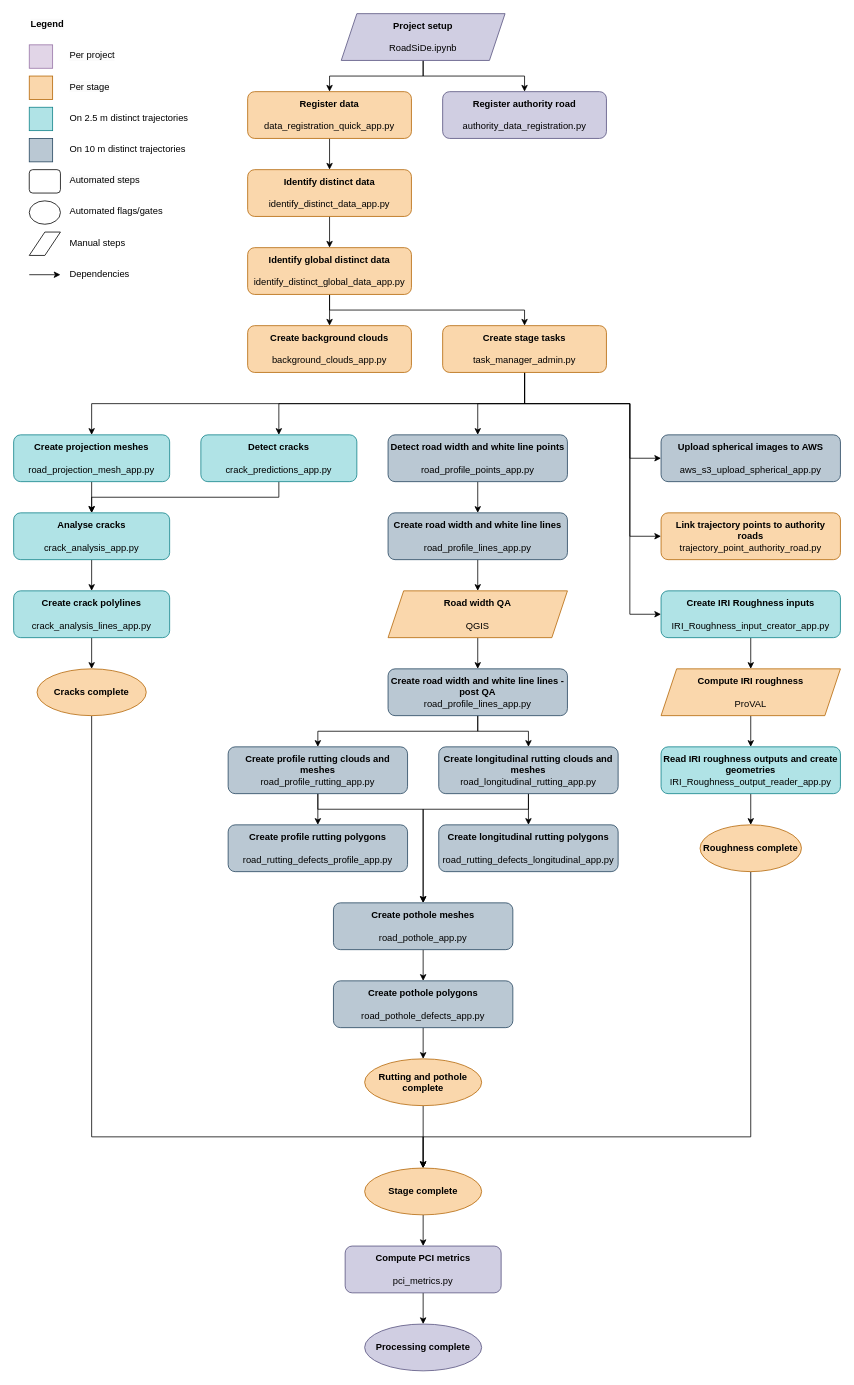
Earlier version of the draw.io diagram RoadSiDe.drawio (marko-veris/draw.io). Source tidied: cells renumbered, new cells numbered last; positions are measured from the earlier drawing's top-left corner, leaving out a move shared by most shapes. Both pictures are drawn from the tidied source at 78%, with x=0, y=0 at pixel (13, 13).
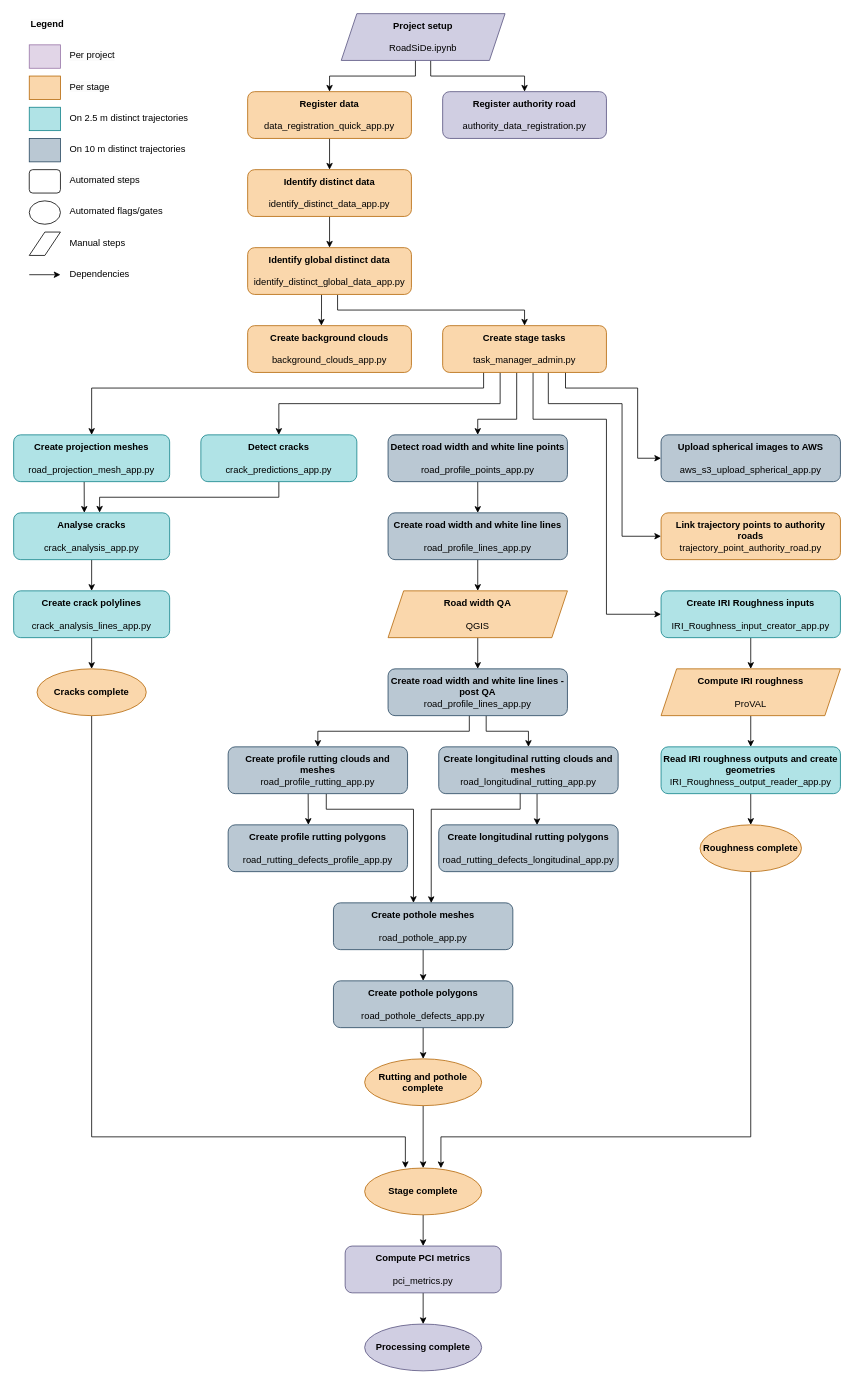
After the change.

The change refers to these unchanged cells:
```xml
<mxCell id="3" value="&lt;b&gt;Register data&lt;br&gt;&lt;/b&gt;&lt;br&gt;data_registration_quick_app.py" style="rounded=1;whiteSpace=wrap;html=1;fillColor=#fad7ac;strokeColor=#b46504;" parent="1" vertex="1">
  <mxGeometry x="300" y="100" width="210" height="60" as="geometry" />
</mxCell>
<mxCell id="4" value="&lt;b&gt;Create background clouds&lt;br&gt;&lt;/b&gt;&lt;br&gt;background_clouds_app.py" style="rounded=1;whiteSpace=wrap;html=1;fillColor=#fad7ac;strokeColor=#b46504;" parent="1" vertex="1">
  <mxGeometry x="300" y="400" width="210" height="60" as="geometry" />
</mxCell>
<mxCell id="6" value="&lt;b&gt;Detect road width and white line points&lt;br&gt;&lt;/b&gt;&lt;br&gt;road_profile_points_app.py" style="rounded=1;whiteSpace=wrap;html=1;fillColor=#bac8d3;strokeColor=#23445d;" parent="1" vertex="1">
  <mxGeometry x="480" y="540" width="230" height="60" as="geometry" />
</mxCell>
<mxCell id="8" value="&lt;b&gt;Create projection meshes&lt;br&gt;&lt;/b&gt;&lt;br&gt;road_projection_mesh_app.py" style="rounded=1;whiteSpace=wrap;html=1;fillColor=#b0e3e6;strokeColor=#0e8088;" parent="1" vertex="1">
  <mxGeometry y="540" width="200" height="60" as="geometry" />
</mxCell>
<mxCell id="13" value="&lt;b&gt;Register authority road&lt;br&gt;&lt;/b&gt;&lt;br&gt;authority_data_registration.py" style="rounded=1;whiteSpace=wrap;html=1;fillColor=#d0cee2;strokeColor=#56517e;" parent="1" vertex="1">
  <mxGeometry x="550" y="100" width="210" height="60" as="geometry" />
</mxCell>
<mxCell id="16" value="&lt;b&gt;Identify global distinct data&lt;br&gt;&lt;/b&gt;&lt;br&gt;identify_distinct_global_data_app.py" style="rounded=1;whiteSpace=wrap;html=1;fillColor=#fad7ac;strokeColor=#b46504;" parent="1" vertex="1">
  <mxGeometry x="300" y="300" width="210" height="60" as="geometry" />
</mxCell>
<mxCell id="23" value="&lt;b&gt;Create stage tasks&lt;br&gt;&lt;/b&gt;&lt;br&gt;task_manager_admin.py" style="rounded=1;whiteSpace=wrap;html=1;fillColor=#fad7ac;strokeColor=#b46504;" parent="1" vertex="1">
  <mxGeometry x="550" y="400" width="210" height="60" as="geometry" />
</mxCell>
<mxCell id="25" value="&lt;b&gt;Detect cracks&lt;br&gt;&lt;/b&gt;&lt;br&gt;crack_predictions_app.py" style="rounded=1;whiteSpace=wrap;html=1;fillColor=#b0e3e6;strokeColor=#0e8088;" parent="1" vertex="1">
  <mxGeometry x="240" y="540" width="200" height="60" as="geometry" />
</mxCell>
<mxCell id="27" value="&lt;b&gt;Analyse cracks&lt;br&gt;&lt;/b&gt;&lt;br&gt;crack_analysis_app.py" style="rounded=1;whiteSpace=wrap;html=1;fillColor=#b0e3e6;strokeColor=#0e8088;" parent="1" vertex="1">
  <mxGeometry y="640" width="200" height="60" as="geometry" />
</mxCell>
<mxCell id="32" value="&lt;b&gt;Create road width and white line lines - post QA&lt;/b&gt;&lt;br&gt;road_profile_lines_app.py" style="rounded=1;whiteSpace=wrap;html=1;fillColor=#bac8d3;strokeColor=#23445d;" parent="1" vertex="1">
  <mxGeometry x="480" y="840" width="230" height="60" as="geometry" />
</mxCell>
<mxCell id="35" value="&lt;b&gt;Create profile rutting clouds and meshes&lt;br&gt;&lt;/b&gt;road_profile_rutting_app.py" style="rounded=1;whiteSpace=wrap;html=1;fillColor=#bac8d3;strokeColor=#23445d;" parent="1" vertex="1">
  <mxGeometry x="275" y="940" width="230" height="60" as="geometry" />
</mxCell>
<mxCell id="38" value="&lt;b&gt;Create longitudinal rutting clouds and meshes&lt;/b&gt;&lt;b&gt;&lt;br&gt;&lt;/b&gt;road_longitudinal_rutting_app.py" style="rounded=1;whiteSpace=wrap;html=1;fillColor=#bac8d3;strokeColor=#23445d;" parent="1" vertex="1">
  <mxGeometry x="545" y="940" width="230" height="60" as="geometry" />
</mxCell>
<mxCell id="39" value="&lt;b&gt;Create profile rutting polygons&lt;br&gt;&lt;br&gt;&lt;/b&gt;road_rutting_defects_profile_app.py" style="rounded=1;whiteSpace=wrap;html=1;fillColor=#bac8d3;strokeColor=#23445d;" parent="1" vertex="1">
  <mxGeometry x="275" y="1040" width="230" height="60" as="geometry" />
</mxCell>
<mxCell id="40" value="&lt;b&gt;Create longitudinal rutting polygons&lt;br&gt;&lt;br&gt;&lt;/b&gt;road_rutting_defects_longitudinal_app.py" style="rounded=1;whiteSpace=wrap;html=1;fillColor=#bac8d3;strokeColor=#23445d;" parent="1" vertex="1">
  <mxGeometry x="545" y="1040" width="230" height="60" as="geometry" />
</mxCell>
<mxCell id="42" value="&lt;b&gt;Create pothole meshes&lt;br&gt;&lt;br&gt;&lt;/b&gt;road_pothole_app.py" style="rounded=1;whiteSpace=wrap;html=1;fillColor=#bac8d3;strokeColor=#23445d;" parent="1" vertex="1">
  <mxGeometry x="410" y="1140" width="230" height="60" as="geometry" />
</mxCell>
<mxCell id="45" value="&lt;b&gt;Upload spherical images to AWS&lt;br&gt;&lt;/b&gt;&lt;br&gt;aws_s3_upload_spherical_app.py" style="rounded=1;whiteSpace=wrap;html=1;fillColor=#bac8d3;strokeColor=#23445d;" parent="1" vertex="1">
  <mxGeometry x="830" y="540" width="230" height="60" as="geometry" />
</mxCell>
<mxCell id="47" value="&lt;b&gt;Cracks complete&lt;/b&gt;" style="ellipse;whiteSpace=wrap;html=1;fillColor=#fad7ac;strokeColor=#b46504;" parent="1" vertex="1">
  <mxGeometry x="30" y="840" width="140" height="60" as="geometry" />
</mxCell>
<mxCell id="58" value="&lt;b&gt;Link trajectory points to authority &lt;br&gt;roads&lt;/b&gt;&lt;br&gt;trajectory_point_authority_road.py" style="rounded=1;whiteSpace=wrap;html=1;fillColor=#fad7ac;strokeColor=#b46504;" parent="1" vertex="1">
  <mxGeometry x="830" y="640" width="230" height="60" as="geometry" />
</mxCell>
<mxCell id="60" value="&lt;b&gt;Create IRI Roughness inputs&lt;br&gt;&lt;br&gt;&lt;/b&gt;IRI_Roughness_input_creator_app.py" style="rounded=1;whiteSpace=wrap;html=1;fillColor=#b0e3e6;strokeColor=#0e8088;" parent="1" vertex="1">
  <mxGeometry x="830" y="740" width="230" height="60" as="geometry" />
</mxCell>
<mxCell id="70" value="&lt;b&gt;Roughness complete&lt;/b&gt;" style="ellipse;whiteSpace=wrap;html=1;fillColor=#fad7ac;strokeColor=#b46504;" parent="1" vertex="1">
  <mxGeometry x="880" y="1040" width="130" height="60" as="geometry" />
</mxCell>
<mxCell id="72" value="&lt;b&gt;Stage complete&lt;/b&gt;" style="ellipse;whiteSpace=wrap;html=1;fillColor=#fad7ac;strokeColor=#b46504;" parent="1" vertex="1">
  <mxGeometry x="450" y="1480" width="150" height="60" as="geometry" />
</mxCell>
<mxCell id="77" value="&lt;b&gt;Project setup&lt;/b&gt;&lt;br&gt;&lt;br&gt;RoadSiDe.ipynb" style="shape=parallelogram;perimeter=parallelogramPerimeter;whiteSpace=wrap;html=1;fixedSize=1;fillColor=#d0cee2;strokeColor=#56517e;" parent="1" vertex="1">
  <mxGeometry x="420" width="210" height="60" as="geometry" />
</mxCell>
```

What changed in the source:
```diff
@@
-    <mxCell id="7" style="edgeStyle=orthogonalEdgeStyle;rounded=0;jettySize=auto;html=1;exitX=0.5;exitY=1;exitDx=0;exitDy=0;entryX=0.5;entryY=0;entryDx=0;entryDy=0;" parent="1" edge="1" source="8" target="27">
+    <mxCell id="7" style="edgeStyle=orthogonalEdgeStyle;rounded=0;jettySize=auto;html=1;exitX=0.452;exitY=1.002;exitDx=0;exitDy=0;entryX=0.453;entryY=-0.002;entryDx=0;entryDy=0;exitPerimeter=0;entryPerimeter=0;" parent="1" edge="1" source="8" target="27">
       <mxGeometry relative="1" as="geometry" />
     </mxCell>
@@
-    <mxCell id="14" style="edgeStyle=orthogonalEdgeStyle;rounded=0;jettySize=auto;html=1;exitX=0.5;exitY=1;exitDx=0;exitDy=0;entryX=0.5;entryY=0;entryDx=0;entryDy=0;" parent="1" edge="1" source="16" target="4">
+    <mxCell id="14" style="edgeStyle=orthogonalEdgeStyle;rounded=0;jettySize=auto;html=1;exitX=0.451;exitY=1;exitDx=0;exitDy=0;entryX=0.45;entryY=0;entryDx=0;entryDy=0;entryPerimeter=0;exitPerimeter=0;" parent="1" edge="1" source="16" target="4">
       <mxGeometry relative="1" as="geometry" />
     </mxCell>
-    <mxCell id="15" style="edgeStyle=orthogonalEdgeStyle;rounded=0;jettySize=auto;html=1;exitX=0.5;exitY=1;exitDx=0;exitDy=0;entryX=0.5;entryY=0;entryDx=0;entryDy=0;" parent="1" edge="1" source="16" target="23">
+    <mxCell id="15" style="edgeStyle=orthogonalEdgeStyle;rounded=0;jettySize=auto;html=1;exitX=0.549;exitY=1.012;exitDx=0;exitDy=0;entryX=0.5;entryY=0;entryDx=0;entryDy=0;exitPerimeter=0;" parent="1" edge="1" source="16" target="23">
       <mxGeometry relative="1" as="geometry" />
     </mxCell>
@@
-    <mxCell id="17" style="edgeStyle=orthogonalEdgeStyle;rounded=0;jettySize=auto;html=1;exitX=0.5;exitY=1;exitDx=0;exitDy=0;entryX=0.5;entryY=0;entryDx=0;entryDy=0;" parent="1" edge="1" source="23" target="8">
-      <mxGeometry relative="1" as="geometry" />
+    <mxCell id="17" style="edgeStyle=orthogonalEdgeStyle;rounded=0;jettySize=auto;html=1;exitX=0.25;exitY=1;exitDx=0;exitDy=0;entryX=0.5;entryY=0;entryDx=0;entryDy=0;" parent="1" edge="1" source="23" target="8">
+      <mxGeometry relative="1" as="geometry">
+        <Array as="points">
+          <mxPoint x="603" y="480" />
+          <mxPoint x="100" y="480" />
+        </Array>
+      </mxGeometry>
     </mxCell>
-    <mxCell id="18" style="edgeStyle=orthogonalEdgeStyle;rounded=0;jettySize=auto;html=1;exitX=0.5;exitY=1;exitDx=0;exitDy=0;entryX=0.5;entryY=0;entryDx=0;entryDy=0;" parent="1" edge="1" source="23" target="25">
+    <mxCell id="18" style="edgeStyle=orthogonalEdgeStyle;rounded=0;jettySize=auto;html=1;exitX=0.351;exitY=1;exitDx=0;exitDy=0;entryX=0.5;entryY=0;entryDx=0;entryDy=0;exitPerimeter=0;" parent="1" edge="1" source="23" target="25">
       <mxGeometry relative="1" as="geometry" />
     </mxCell>
-    <mxCell id="19" style="edgeStyle=orthogonalEdgeStyle;rounded=0;jettySize=auto;html=1;exitX=0.5;exitY=1;exitDx=0;exitDy=0;entryX=0.5;entryY=0;entryDx=0;entryDy=0;" parent="1" edge="1" source="23" target="6">
-      <mxGeometry relative="1" as="geometry" />
+    <mxCell id="19" style="edgeStyle=orthogonalEdgeStyle;rounded=0;jettySize=auto;html=1;exitX=0.452;exitY=1;exitDx=0;exitDy=0;entryX=0.5;entryY=0;entryDx=0;entryDy=0;exitPerimeter=0;" parent="1" edge="1" source="23" target="6">
+      <mxGeometry relative="1" as="geometry">
+        <Array as="points">
+          <mxPoint x="645" y="520" />
+          <mxPoint x="595" y="520" />
+        </Array>
+      </mxGeometry>
     </mxCell>
-    <mxCell id="20" style="edgeStyle=orthogonalEdgeStyle;rounded=0;jettySize=auto;html=1;exitX=0.5;exitY=1;exitDx=0;exitDy=0;entryX=0;entryY=0.5;entryDx=0;entryDy=0;" parent="1" edge="1" source="23" target="45">
+    <mxCell id="20" style="edgeStyle=orthogonalEdgeStyle;rounded=0;jettySize=auto;html=1;exitX=0.75;exitY=1;exitDx=0;exitDy=0;entryX=0;entryY=0.5;entryDx=0;entryDy=0;" parent="1" edge="1" source="23" target="45">
       <mxGeometry relative="1" as="geometry">
         <Array as="points">
-          <mxPoint x="655" y="500" />
-          <mxPoint x="790" y="500" />
-          <mxPoint x="790" y="570" />
+          <mxPoint x="707" y="480" />
+          <mxPoint x="800" y="480" />
+          <mxPoint x="800" y="570" />
         </Array>
       </mxGeometry>
     </mxCell>
-    <mxCell id="21" style="edgeStyle=orthogonalEdgeStyle;rounded=0;jettySize=auto;html=1;exitX=0.5;exitY=1;exitDx=0;exitDy=0;entryX=0;entryY=0.5;entryDx=0;entryDy=0;" parent="1" edge="1" source="23" target="58">
+    <mxCell id="21" style="edgeStyle=orthogonalEdgeStyle;rounded=0;jettySize=auto;html=1;exitX=0.645;exitY=1.01;exitDx=0;exitDy=0;entryX=0;entryY=0.5;entryDx=0;entryDy=0;exitPerimeter=0;" parent="1" edge="1" source="23" target="58">
       <mxGeometry relative="1" as="geometry">
         <Array as="points">
-          <mxPoint x="655" y="500" />
-          <mxPoint x="790" y="500" />
-          <mxPoint x="790" y="670" />
+          <mxPoint x="685" y="500" />
+          <mxPoint x="780" y="500" />
+          <mxPoint x="780" y="670" />
         </Array>
       </mxGeometry>
     </mxCell>
-    <mxCell id="22" style="edgeStyle=orthogonalEdgeStyle;rounded=0;jettySize=auto;html=1;exitX=0.5;exitY=1;exitDx=0;exitDy=0;entryX=0;entryY=0.5;entryDx=0;entryDy=0;" parent="1" edge="1" source="23" target="60">
+    <mxCell id="22" style="edgeStyle=orthogonalEdgeStyle;rounded=0;jettySize=auto;html=1;exitX=0.552;exitY=1;exitDx=0;exitDy=0;entryX=0;entryY=0.5;entryDx=0;entryDy=0;exitPerimeter=0;" parent="1" edge="1" source="23" target="60">
       <mxGeometry relative="1" as="geometry">
         <Array as="points">
-          <mxPoint x="655" y="500" />
-          <mxPoint x="790" y="500" />
-          <mxPoint x="790" y="770" />
+          <mxPoint x="666" y="520" />
+          <mxPoint x="760" y="520" />
+          <mxPoint x="760" y="770" />
         </Array>
       </mxGeometry>
     </mxCell>
@@
-    <mxCell id="24" style="edgeStyle=orthogonalEdgeStyle;rounded=0;jettySize=auto;html=1;exitX=0.5;exitY=1;exitDx=0;exitDy=0;entryX=0.5;entryY=0;entryDx=0;entryDy=0;" parent="1" edge="1" source="25" target="27">
+    <mxCell id="24" style="edgeStyle=orthogonalEdgeStyle;rounded=0;jettySize=auto;html=1;exitX=0.5;exitY=1;exitDx=0;exitDy=0;entryX=0.551;entryY=-0.005;entryDx=0;entryDy=0;entryPerimeter=0;" parent="1" edge="1" source="25" target="27">
       <mxGeometry relative="1" as="geometry" />
     </mxCell>
@@
-    <mxCell id="30" style="edgeStyle=orthogonalEdgeStyle;rounded=0;jettySize=auto;html=1;exitX=0.5;exitY=1;exitDx=0;exitDy=0;entryX=0.5;entryY=0;entryDx=0;entryDy=0;" parent="1" edge="1" source="32" target="35">
+    <mxCell id="30" style="edgeStyle=orthogonalEdgeStyle;rounded=0;jettySize=auto;html=1;exitX=0.453;exitY=0.993;exitDx=0;exitDy=0;entryX=0.5;entryY=0;entryDx=0;entryDy=0;exitPerimeter=0;" parent="1" edge="1" source="32" target="35">
       <mxGeometry relative="1" as="geometry" />
     </mxCell>
-    <mxCell id="31" style="edgeStyle=orthogonalEdgeStyle;rounded=0;jettySize=auto;html=1;exitX=0.5;exitY=1;exitDx=0;exitDy=0;entryX=0.5;entryY=0;entryDx=0;entryDy=0;" parent="1" edge="1" source="32" target="38">
+    <mxCell id="31" style="edgeStyle=orthogonalEdgeStyle;rounded=0;jettySize=auto;html=1;exitX=0.547;exitY=0.999;exitDx=0;exitDy=0;entryX=0.5;entryY=0;entryDx=0;entryDy=0;exitPerimeter=0;" parent="1" edge="1" source="32" target="38">
       <mxGeometry relative="1" as="geometry" />
     </mxCell>
@@
-    <mxCell id="33" style="edgeStyle=orthogonalEdgeStyle;rounded=0;jettySize=auto;html=1;exitX=0.5;exitY=1;exitDx=0;exitDy=0;entryX=0.5;entryY=0;entryDx=0;entryDy=0;" parent="1" edge="1" source="35" target="39">
+    <mxCell id="33" style="edgeStyle=orthogonalEdgeStyle;rounded=0;jettySize=auto;html=1;exitX=0.446;exitY=1.004;exitDx=0;exitDy=0;entryX=0.447;entryY=0;entryDx=0;entryDy=0;entryPerimeter=0;exitPerimeter=0;" parent="1" edge="1" source="35" target="39">
       <mxGeometry relative="1" as="geometry" />
     </mxCell>
-    <mxCell id="34" style="edgeStyle=orthogonalEdgeStyle;rounded=0;jettySize=auto;html=1;exitX=0.5;exitY=1;exitDx=0;exitDy=0;entryX=0.5;entryY=0;entryDx=0;entryDy=0;" parent="1" edge="1" source="35" target="42">
+    <mxCell id="34" style="edgeStyle=orthogonalEdgeStyle;rounded=0;jettySize=auto;html=1;exitX=0.547;exitY=1.004;exitDx=0;exitDy=0;entryX=0.446;entryY=0;entryDx=0;entryDy=0;entryPerimeter=0;exitPerimeter=0;" parent="1" edge="1" source="35" target="42">
       <mxGeometry relative="1" as="geometry">
         <Array as="points">
-          <mxPoint x="390" y="1020" />
-          <mxPoint x="525" y="1020" />
+          <mxPoint x="401" y="1020" />
+          <mxPoint x="513" y="1020" />
         </Array>
       </mxGeometry>
     </mxCell>
@@
-    <mxCell id="36" style="edgeStyle=orthogonalEdgeStyle;rounded=0;jettySize=auto;html=1;exitX=0.5;exitY=1;exitDx=0;exitDy=0;entryX=0.5;entryY=0;entryDx=0;entryDy=0;" parent="1" edge="1" source="38" target="40">
+    <mxCell id="36" style="edgeStyle=orthogonalEdgeStyle;rounded=0;jettySize=auto;html=1;exitX=0.548;exitY=1.004;exitDx=0;exitDy=0;entryX=0.548;entryY=0.004;entryDx=0;entryDy=0;entryPerimeter=0;exitPerimeter=0;" parent="1" edge="1" source="38" target="40">
       <mxGeometry relative="1" as="geometry" />
     </mxCell>
-    <mxCell id="37" style="edgeStyle=orthogonalEdgeStyle;rounded=0;jettySize=auto;html=1;exitX=0.5;exitY=1;exitDx=0;exitDy=0;entryX=0.5;entryY=0;entryDx=0;entryDy=0;" parent="1" edge="1" source="38" target="42">
-      <mxGeometry relative="1" as="geometry">
-        <Array as="points">
-          <mxPoint x="660" y="1020" />
-          <mxPoint x="525" y="1020" />
-        </Array>
-      </mxGeometry>
-    </mxCell>
@@
-    <mxCell id="46" style="edgeStyle=orthogonalEdgeStyle;rounded=0;jettySize=auto;html=1;exitX=0.5;exitY=1;exitDx=0;exitDy=0;entryX=0.5;entryY=0;entryDx=0;entryDy=0;" parent="1" edge="1" source="47" target="72">
+    <mxCell id="46" style="edgeStyle=orthogonalEdgeStyle;rounded=0;jettySize=auto;html=1;exitX=0.5;exitY=1;exitDx=0;exitDy=0;entryX=0.348;entryY=0;entryDx=0;entryDy=0;entryPerimeter=0;" parent="1" edge="1" source="47" target="72">
       <mxGeometry relative="1" as="geometry">
         <Array as="points">
           <mxPoint x="100" y="1440" />
-          <mxPoint x="525" y="1440" />
+          <mxPoint x="502" y="1440" />
         </Array>
       </mxGeometry>
     </mxCell>
@@
     <mxCell id="50" style="rounded=0;whiteSpace=wrap;html=1;fillColor=#e1d5e7;strokeColor=#9673a6;" parent="1" vertex="1">
-      <mxGeometry x="20" y="40" width="30" height="30" as="geometry" />
+      <mxGeometry x="20" y="40" width="40" height="30" as="geometry" />
     </mxCell>
     <mxCell id="51" style="rounded=0;whiteSpace=wrap;html=1;fillColor=#fad7ac;strokeColor=#b46504;" parent="1" vertex="1">
-      <mxGeometry x="20" y="80" width="30" height="30" as="geometry" />
+      <mxGeometry x="20" y="80" width="40" height="30" as="geometry" />
     </mxCell>
@@
-    <mxCell id="69" style="edgeStyle=orthogonalEdgeStyle;rounded=0;jettySize=auto;html=1;exitX=0.5;exitY=1;exitDx=0;exitDy=0;entryX=0.5;entryY=0;entryDx=0;entryDy=0;" parent="1" edge="1" source="70" target="72">
+    <mxCell id="69" style="edgeStyle=orthogonalEdgeStyle;rounded=0;jettySize=auto;html=1;exitX=0.5;exitY=1;exitDx=0;exitDy=0;entryX=0.652;entryY=0.003;entryDx=0;entryDy=0;entryPerimeter=0;" parent="1" edge="1" source="70" target="72">
       <mxGeometry relative="1" as="geometry">
         <Array as="points">
           <mxPoint x="945" y="1440" />
-          <mxPoint x="525" y="1440" />
+          <mxPoint x="548" y="1440" />
         </Array>
       </mxGeometry>
     </mxCell>
@@
-    <mxCell id="75" style="edgeStyle=orthogonalEdgeStyle;rounded=0;jettySize=auto;html=1;exitX=0.5;exitY=1;exitDx=0;exitDy=0;entryX=0.5;entryY=0;entryDx=0;entryDy=0;" parent="1" edge="1" source="77" target="13">
+    <mxCell id="75" style="edgeStyle=orthogonalEdgeStyle;rounded=0;jettySize=auto;html=1;exitX=0.546;exitY=1.003;exitDx=0;exitDy=0;entryX=0.5;entryY=0;entryDx=0;entryDy=0;exitPerimeter=0;" parent="1" edge="1" source="77" target="13">
       <mxGeometry relative="1" as="geometry" />
     </mxCell>
-    <mxCell id="76" style="edgeStyle=orthogonalEdgeStyle;rounded=0;jettySize=auto;html=1;exitX=0.5;exitY=1;exitDx=0;exitDy=0;entryX=0.5;entryY=0;entryDx=0;entryDy=0;" parent="1" edge="1" source="77" target="3">
+    <mxCell id="76" style="edgeStyle=orthogonalEdgeStyle;rounded=0;jettySize=auto;html=1;exitX=0.453;exitY=0.998;exitDx=0;exitDy=0;entryX=0.5;entryY=0;entryDx=0;entryDy=0;exitPerimeter=0;" parent="1" edge="1" source="77" target="3">
       <mxGeometry relative="1" as="geometry" />
     </mxCell>
@@
     <mxCell id="79" style="rounded=0;whiteSpace=wrap;html=1;fillColor=#b0e3e6;strokeColor=#0e8088;" parent="1" vertex="1">
-      <mxGeometry x="20" y="120" width="30" height="30" as="geometry" />
+      <mxGeometry x="20" y="120" width="40" height="30" as="geometry" />
     </mxCell>
@@
     <mxCell id="81" style="rounded=0;whiteSpace=wrap;html=1;fillColor=#bac8d3;strokeColor=#23445d;" parent="1" vertex="1">
-      <mxGeometry x="20" y="160" width="30" height="30" as="geometry" />
+      <mxGeometry x="20" y="160" width="40" height="30" as="geometry" />
     </mxCell>
@@
+    <mxCell id="37" style="edgeStyle=orthogonalEdgeStyle;rounded=0;jettySize=auto;html=1;exitX=0.454;exitY=0.996;exitDx=0;exitDy=0;entryX=0.545;entryY=0.004;entryDx=0;entryDy=0;entryPerimeter=0;exitPerimeter=0;" parent="1" edge="1" source="38" target="42">
+      <mxGeometry relative="1" as="geometry">
+        <Array as="points">
+          <mxPoint x="649" y="1020" />
+          <mxPoint x="535" y="1020" />
+        </Array>
+      </mxGeometry>
+    </mxCell>
```
